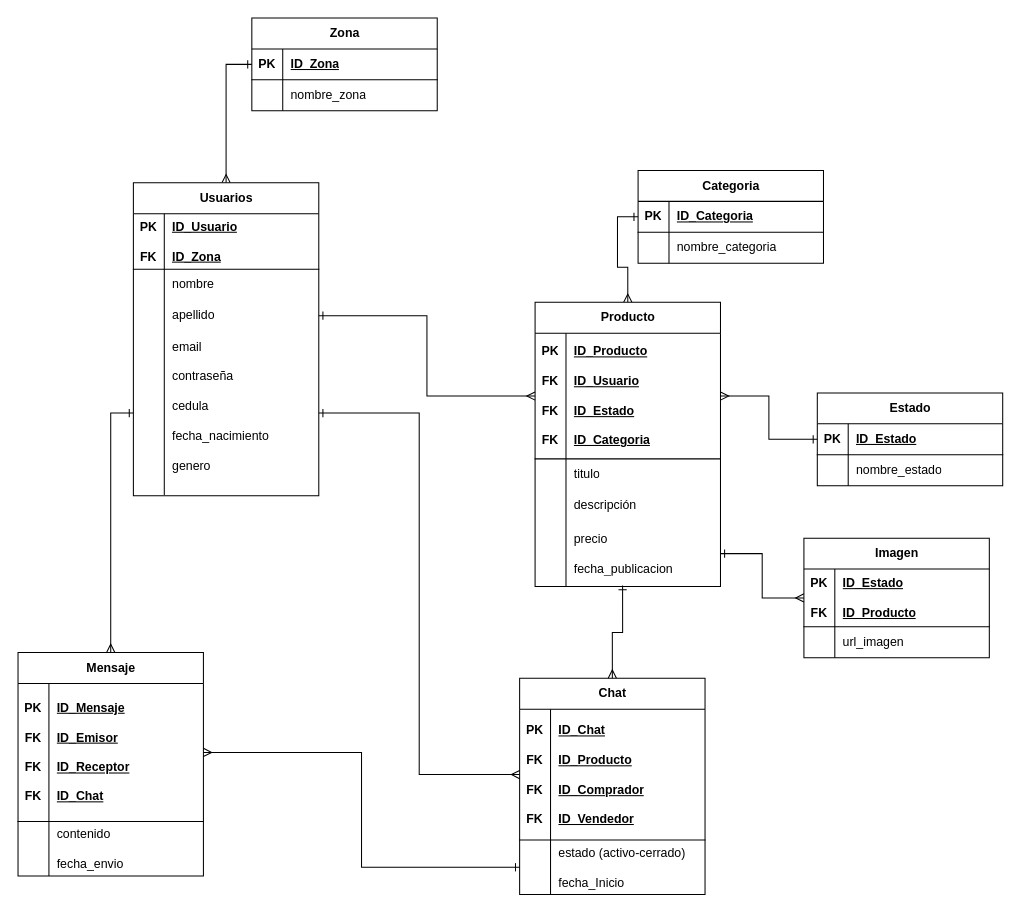
Earlier version of the draw.io diagram Design/MER.drawio (SebasLS1/PoliMarketplace). Source tidied: cells renumbered, new cells numbered last; positions are measured from the earlier drawing's top-left corner, leaving out a move shared by most shapes. Both pictures are drawn from the tidied source at 103%, with x=0, y=0 at pixel (18, 18).
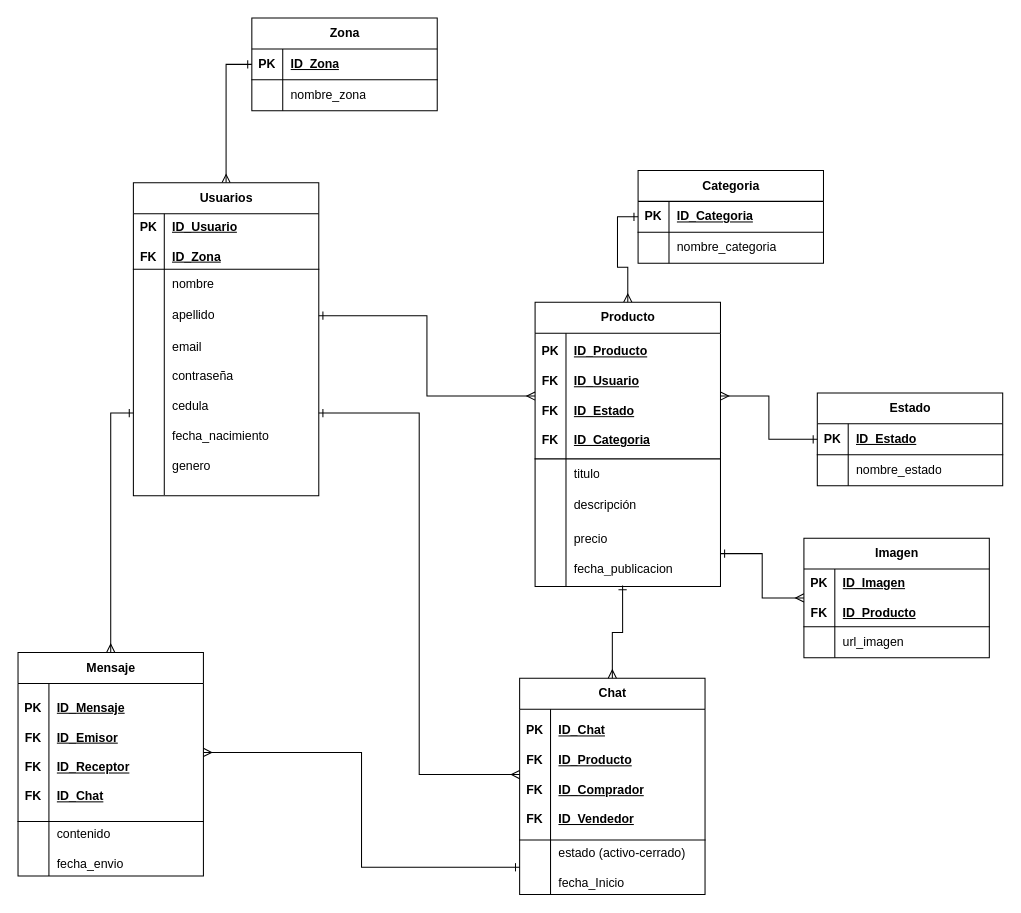
The same page after the edit.

Unchanged cells that the change refers to:
```xml
<mxCell id="45" style="shape=tableRow;horizontal=0;startSize=0;swimlaneHead=0;swimlaneBody=0;fillColor=none;points=[[0,0.5],[1,0.5]];portConstraint=eastwest;top=0;left=0;right=0;bottom=1;" parent="44" vertex="1">
  <mxGeometry y="30" width="180" height="56" as="geometry" />
</mxCell>
```

Diff of the diagram source:
```diff
@@
-    <mxCell id="47" value="ID_Estado&lt;div&gt;&lt;br&gt;&lt;/div&gt;&lt;div&gt;ID_Producto&lt;/div&gt;" style="shape=partialRectangle;fillColor=none;top=0;left=0;bottom=0;right=0;align=left;spacingLeft=6;fontStyle=5;overflow=hidden;whiteSpace=wrap;html=1;" parent="45" vertex="1">
+    <mxCell id="47" value="ID_Imagen&lt;div&gt;&lt;br&gt;&lt;/div&gt;&lt;div&gt;ID_Producto&lt;/div&gt;" style="shape=partialRectangle;fillColor=none;top=0;left=0;bottom=0;right=0;align=left;spacingLeft=6;fontStyle=5;overflow=hidden;whiteSpace=wrap;html=1;" parent="45" vertex="1">
       <mxGeometry x="30" width="150" height="56" as="geometry" />
     </mxCell>
```
